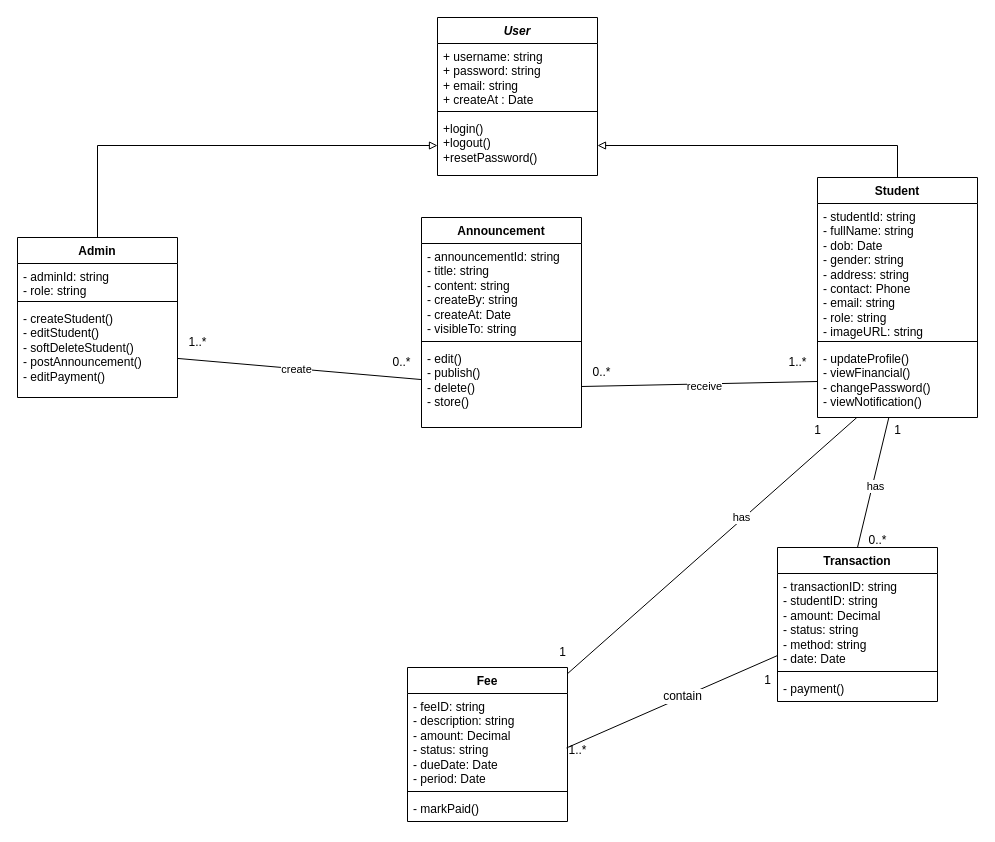
Above: documents/hung.drawio in zombieTDV/Student-Management-System (draw.io), before the change. Source tidied: cells renumbered, new cells numbered last; positions are measured from the earlier drawing's top-left corner, leaving out a move shared by most shapes. Both pictures are drawn from the tidied source at 100%, with x=0, y=0 at pixel (17, 17).
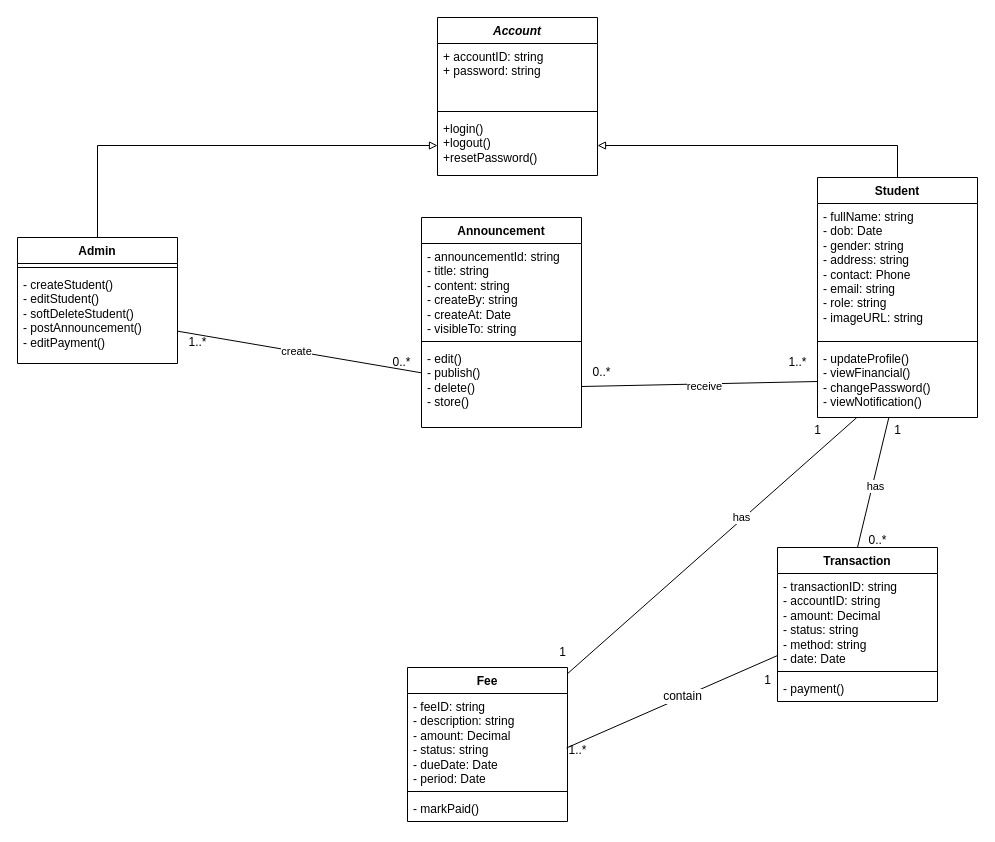
Above is the later version.

Commit message:
-Change classname: User -> Account -Remove: StudentID, AdminID, instead, inherent ID from Account

The change refers to these unchanged cells:
```xml
<mxCell id="12" value="Student" style="swimlane;fontStyle=1;align=center;verticalAlign=top;horizontal=1;startSize=26;whiteSpace=wrap;html=1;" parent="1" vertex="1">
  <mxGeometry x="800" y="160" width="160" height="240" as="geometry" />
</mxCell>
<mxCell id="32" value="Transaction" style="swimlane;fontStyle=1;align=center;verticalAlign=top;horizontal=1;startSize=26;whiteSpace=wrap;html=1;" parent="1" vertex="1">
  <mxGeometry x="760" y="530" width="160" height="154" as="geometry" />
</mxCell>
```

What changed in the source:
```diff
@@
-    <mxCell id="2" value="&lt;i&gt;User&lt;/i&gt;" style="swimlane;fontStyle=1;align=center;verticalAlign=top;horizontal=1;startSize=26;whiteSpace=wrap;html=1;" parent="1" vertex="1">
+    <mxCell id="2" value="&lt;i&gt;Account&lt;/i&gt;" style="swimlane;fontStyle=1;align=center;verticalAlign=top;horizontal=1;startSize=26;whiteSpace=wrap;html=1;" parent="1" vertex="1">
       <mxGeometry x="420" width="160" height="158" as="geometry" />
     </mxCell>
-    <mxCell id="3" value="+ username: string&lt;div&gt;+ password: string&lt;/div&gt;&lt;div&gt;+ email: string&lt;/div&gt;&lt;div&gt;+ createAt : Date&lt;/div&gt;" style="text;strokeColor=none;fillColor=none;align=left;verticalAlign=top;spacingLeft=4;spacingRight=4;overflow=hidden;whiteSpace=wrap;html=1;" parent="2" vertex="1">
+    <mxCell id="3" value="+ accountID: string&lt;div&gt;+ password: string&lt;/div&gt;" style="text;strokeColor=none;fillColor=none;align=left;verticalAlign=top;spacingLeft=4;spacingRight=4;overflow=hidden;whiteSpace=wrap;html=1;" parent="2" vertex="1">
       <mxGeometry y="26" width="160" height="64" as="geometry" />
     </mxCell>
@@
     <mxCell id="7" value="Admin" style="swimlane;fontStyle=1;align=center;verticalAlign=top;horizontal=1;startSize=26;whiteSpace=wrap;html=1;" parent="1" vertex="1">
-      <mxGeometry y="220" width="160" height="160" as="geometry" />
+      <mxGeometry y="220" width="160" height="126" as="geometry" />
     </mxCell>
-    <mxCell id="8" value="- adminId: string&lt;div&gt;- role: string&lt;/div&gt;" style="text;strokeColor=none;fillColor=none;align=left;verticalAlign=top;spacingLeft=4;spacingRight=4;overflow=hidden;whiteSpace=wrap;html=1;" parent="7" vertex="1">
-      <mxGeometry y="26" width="160" height="34" as="geometry" />
-    </mxCell>
     <mxCell id="9" style="line;strokeWidth=1;fillColor=none;align=left;verticalAlign=middle;spacingTop=-1;spacingLeft=3;spacingRight=3;labelPosition=right;strokeColor=inherit;" parent="7" vertex="1">
-      <mxGeometry y="60" width="160" height="8" as="geometry" />
+      <mxGeometry y="26" width="160" height="8" as="geometry" />
     </mxCell>
     <mxCell id="10" value="- createStudent()&lt;div&gt;- editStudent()&lt;/div&gt;&lt;div&gt;- softDeleteStudent()&lt;/div&gt;&lt;div&gt;- postAnnouncement()&lt;/div&gt;&lt;div&gt;- editPayment()&lt;/div&gt;" style="text;strokeColor=none;fillColor=none;align=left;verticalAlign=top;spacingLeft=4;spacingRight=4;overflow=hidden;points=[[0,0.5],[1,0.5]];portConstraint=eastwest;whiteSpace=wrap;html=1;" parent="7" vertex="1">
-      <mxGeometry y="68" width="160" height="92" as="geometry" />
+      <mxGeometry y="34" width="160" height="92" as="geometry" />
     </mxCell>
@@
-    <mxCell id="13" value="- studentId: string&lt;div&gt;- fullName: string&lt;/div&gt;&lt;div&gt;- dob: Date&lt;/div&gt;&lt;div&gt;- gender: string&lt;/div&gt;&lt;div&gt;- address: string&lt;/div&gt;&lt;div&gt;- contact: Phone&lt;/div&gt;&lt;div&gt;- email: string&lt;/div&gt;&lt;div&gt;- role: string&lt;/div&gt;&lt;div&gt;- imageURL: string&lt;/div&gt;" style="text;strokeColor=none;fillColor=none;align=left;verticalAlign=top;spacingLeft=4;spacingRight=4;overflow=hidden;whiteSpace=wrap;html=1;" parent="12" vertex="1">
+    <mxCell id="13" value="&lt;div&gt;- fullName: string&lt;/div&gt;&lt;div&gt;- dob: Date&lt;/div&gt;&lt;div&gt;- gender: string&lt;/div&gt;&lt;div&gt;- address: string&lt;/div&gt;&lt;div&gt;- contact: Phone&lt;/div&gt;&lt;div&gt;- email: string&lt;/div&gt;&lt;div&gt;- role: string&lt;/div&gt;&lt;div&gt;- imageURL: string&lt;/div&gt;" style="text;strokeColor=none;fillColor=none;align=left;verticalAlign=top;spacingLeft=4;spacingRight=4;overflow=hidden;whiteSpace=wrap;html=1;" parent="12" vertex="1">
       <mxGeometry y="26" width="160" height="134" as="geometry" />
     </mxCell>
@@
-    <mxCell id="33" value="- transactionID: string&lt;div&gt;- studentID: string&lt;/div&gt;&lt;div&gt;- amount: Decimal&lt;/div&gt;&lt;div&gt;- status: string&lt;/div&gt;&lt;div&gt;- method: string&lt;/div&gt;&lt;div&gt;- date: Date&lt;/div&gt;" style="text;strokeColor=none;fillColor=none;align=left;verticalAlign=top;spacingLeft=4;spacingRight=4;overflow=hidden;points=[[0,0.5],[1,0.5]];portConstraint=eastwest;whiteSpace=wrap;html=1;" parent="32" vertex="1">
+    <mxCell id="33" value="- transactionID: string&lt;div&gt;- accountID: string&lt;/div&gt;&lt;div&gt;- amount: Decimal&lt;/div&gt;&lt;div&gt;- status: string&lt;/div&gt;&lt;div&gt;- method: string&lt;/div&gt;&lt;div&gt;- date: Date&lt;/div&gt;" style="text;strokeColor=none;fillColor=none;align=left;verticalAlign=top;spacingLeft=4;spacingRight=4;overflow=hidden;points=[[0,0.5],[1,0.5]];portConstraint=eastwest;whiteSpace=wrap;html=1;" parent="32" vertex="1">
       <mxGeometry y="26" width="160" height="94" as="geometry" />
     </mxCell>
```
